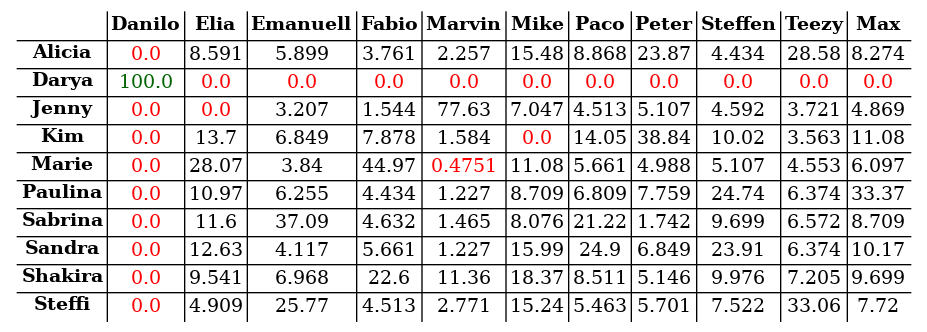
Above: s03r/s03r_tab.png in atticus-sullivan/sim-ayto (Graphviz), before the change. Its source is kept beside it as s03r/s03r_tab.dot.
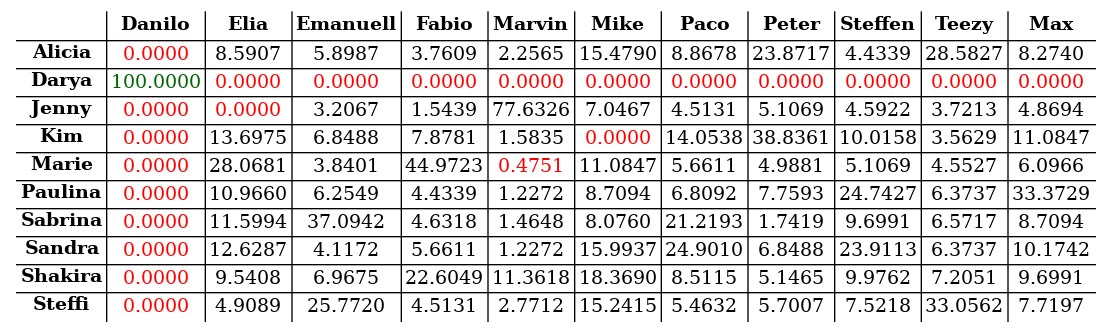
After the change.

Change to the diagram source:
```diff
@@ -14,135 +14,145 @@
 <td><B>Teezy</B></td>
 <td><B>Max</B></td>
 </tr>
-<tr><td><B>Alicia</B></td>
-<td><font color="red">0.0</font></td>
-<td><font color="black">8.591</font></td>
-<td><font color="black">5.899</font></td>
-<td><font color="black">3.761</font></td>
-<td><font color="black">2.257</font></td>
-<td><font color="black">15.48</font></td>
-<td><font color="black">8.868</font></td>
-<td><font color="black">23.87</font></td>
-<td><font color="black">4.434</font></td>
-<td><font color="black">28.58</font></td>
-<td><font color="black">8.274</font></td>
+<tr>
+<td><B>Alicia</B></td>
+<td><font color="red">0.0000</font></td>
+<td><font color="black">8.5907</font></td>
+<td><font color="black">5.8987</font></td>
+<td><font color="black">3.7609</font></td>
+<td><font color="black">2.2565</font></td>
+<td><font color="black">15.4790</font></td>
+<td><font color="black">8.8678</font></td>
+<td><font color="black">23.8717</font></td>
+<td><font color="black">4.4339</font></td>
+<td><font color="black">28.5827</font></td>
+<td><font color="black">8.2740</font></td>
 </tr>
-<tr><td><B>Darya</B></td>
-<td><font color="darkgreen">100.0</font></td>
-<td><font color="red">0.0</font></td>
-<td><font color="red">0.0</font></td>
-<td><font color="red">0.0</font></td>
-<td><font color="red">0.0</font></td>
-<td><font color="red">0.0</font></td>
-<td><font color="red">0.0</font></td>
-<td><font color="red">0.0</font></td>
-<td><font color="red">0.0</font></td>
-<td><font color="red">0.0</font></td>
-<td><font color="red">0.0</font></td>
+<tr>
+<td><B>Darya</B></td>
+<td><font color="darkgreen">100.0000</font></td>
+<td><font color="red">0.0000</font></td>
+<td><font color="red">0.0000</font></td>
+<td><font color="red">0.0000</font></td>
+<td><font color="red">0.0000</font></td>
+<td><font color="red">0.0000</font></td>
+<td><font color="red">0.0000</font></td>
+<td><font color="red">0.0000</font></td>
+<td><font color="red">0.0000</font></td>
+<td><font color="red">0.0000</font></td>
+<td><font color="red">0.0000</font></td>
 </tr>
-<tr><td><B>Jenny</B></td>
-<td><font color="red">0.0</font></td>
-<td><font color="red">0.0</font></td>
-<td><font color="black">3.207</font></td>
-<td><font color="black">1.544</font></td>
-<td><font color="black">77.63</font></td>
-<td><font color="black">7.047</font></td>
-<td><font color="black">4.513</font></td>
-<td><font color="black">5.107</font></td>
-<td><font color="black">4.592</font></td>
-<td><font color="black">3.721</font></td>
-<td><font color="black">4.869</font></td>
+<tr>
+<td><B>Jenny</B></td>
+<td><font color="red">0.0000</font></td>
+<td><font color="red">0.0000</font></td>
+<td><font color="black">3.2067</font></td>
+<td><font color="black">1.5439</font></td>
+<td><font color="black">77.6326</font></td>
+<td><font color="black">7.0467</font></td>
+<td><font color="black">4.5131</font></td>
+<td><font color="black">5.1069</font></td>
+<td><font color="black">4.5922</font></td>
+<td><font color="black">3.7213</font></td>
+<td><font color="black">4.8694</font></td>
 </tr>
-<tr><td><B>Kim</B></td>
-<td><font color="red">0.0</font></td>
-<td><font color="black">13.7</font></td>
-<td><font color="black">6.849</font></td>
-<td><font color="black">7.878</font></td>
-<td><font color="black">1.584</font></td>
-<td><font color="red">0.0</font></td>
-<td><font color="black">14.05</font></td>
-<td><font color="black">38.84</font></td>
-<td><font color="black">10.02</font></td>
-<td><font color="black">3.563</font></td>
-<td><font color="black">11.08</font></td>
+<tr>
+<td><B>Kim</B></td>
+<td><font color="red">0.0000</font></td>
+<td><font color="black">13.6975</font></td>
+<td><font color="black">6.8488</font></td>
+<td><font color="black">7.8781</font></td>
+<td><font color="black">1.5835</font></td>
+<td><font color="red">0.0000</font></td>
+<td><font color="black">14.0538</font></td>
+<td><font color="black">38.8361</font></td>
+<td><font color="black">10.0158</font></td>
+<td><font color="black">3.5629</font></td>
+<td><font color="black">11.0847</font></td>
 </tr>
-<tr><td><B>Marie</B></td>
-<td><font color="red">0.0</font></td>
-<td><font color="black">28.07</font></td>
-<td><font color="black">3.84</font></td>
-<td><font color="black">44.97</font></td>
+<tr>
+<td><B>Marie</B></td>
+<td><font color="red">0.0000</font></td>
+<td><font color="black">28.0681</font></td>
+<td><font color="black">3.8401</font></td>
+<td><font color="black">44.9723</font></td>
 <td><font color="red">0.4751</font></td>
-<td><font color="black">11.08</font></td>
-<td><font color="black">5.661</font></td>
-<td><font color="black">4.988</font></td>
-<td><font color="black">5.107</font></td>
-<td><font color="black">4.553</font></td>
-<td><font color="black">6.097</font></td>
+<td><font color="black">11.0847</font></td>
+<td><font color="black">5.6611</font></td>
+<td><font color="black">4.9881</font></td>
+<td><font color="black">5.1069</font></td>
+<td><font color="black">4.5527</font></td>
+<td><font color="black">6.0966</font></td>
 </tr>
-<tr><td><B>Paulina</B></td>
-<td><font color="red">0.0</font></td>
-<td><font color="black">10.97</font></td>
-<td><font color="black">6.255</font></td>
-<td><font color="black">4.434</font></td>
-<td><font color="black">1.227</font></td>
-<td><font color="black">8.709</font></td>
-<td><font color="black">6.809</font></td>
-<td><font color="black">7.759</font></td>
-<td><font color="black">24.74</font></td>
-<td><font color="black">6.374</font></td>
-<td><font color="black">33.37</font></td>
+<tr>
+<td><B>Paulina</B></td>
+<td><font color="red">0.0000</font></td>
+<td><font color="black">10.9660</font></td>
+<td><font color="black">6.2549</font></td>
+<td><font color="black">4.4339</font></td>
+<td><font color="black">1.2272</font></td>
+<td><font color="black">8.7094</font></td>
+<td><font color="black">6.8092</font></td>
+<td><font color="black">7.7593</font></td>
+<td><font color="black">24.7427</font></td>
+<td><font color="black">6.3737</font></td>
+<td><font color="black">33.3729</font></td>
 </tr>
-<tr><td><B>Sabrina</B></td>
-<td><font color="red">0.0</font></td>
-<td><font color="black">11.6</font></td>
-<td><font color="black">37.09</font></td>
-<td><font color="black">4.632</font></td>
-<td><font color="black">1.465</font></td>
-<td><font color="black">8.076</font></td>
-<td><font color="black">21.22</font></td>
-<td><font color="black">1.742</font></td>
-<td><font color="black">9.699</font></td>
-<td><font color="black">6.572</font></td>
-<td><font color="black">8.709</font></td>
+<tr>
+<td><B>Sabrina</B></td>
+<td><font color="red">0.0000</font></td>
+<td><font color="black">11.5994</font></td>
+<td><font color="black">37.0942</font></td>
+<td><font color="black">4.6318</font></td>
+<td><font color="black">1.4648</font></td>
+<td><font color="black">8.0760</font></td>
+<td><font color="black">21.2193</font></td>
+<td><font color="black">1.7419</font></td>
+<td><font color="black">9.6991</font></td>
+<td><font color="black">6.5717</font></td>
+<td><font color="black">8.7094</font></td>
 </tr>
-<tr><td><B>Sandra</B></td>
-<td><font color="red">0.0</font></td>
-<td><font color="black">12.63</font></td>
-<td><font color="black">4.117</font></td>
-<td><font color="black">5.661</font></td>
-<td><font color="black">1.227</font></td>
-<td><font color="black">15.99</font></td>
-<td><font color="black">24.9</font></td>
-<td><font color="black">6.849</font></td>
-<td><font color="black">23.91</font></td>
-<td><font color="black">6.374</font></td>
-<td><font color="black">10.17</font></td>
+<tr>
+<td><B>Sandra</B></td>
+<td><font color="red">0.0000</font></td>
+<td><font color="black">12.6287</font></td>
+<td><font color="black">4.1172</font></td>
+<td><font color="black">5.6611</font></td>
+<td><font color="black">1.2272</font></td>
+<td><font color="black">15.9937</font></td>
+<td><font color="black">24.9010</font></td>
+<td><font color="black">6.8488</font></td>
+<td><font color="black">23.9113</font></td>
+<td><font color="black">6.3737</font></td>
+<td><font color="black">10.1742</font></td>
 </tr>
-<tr><td><B>Shakira</B></td>
-<td><font color="red">0.0</font></td>
-<td><font color="black">9.541</font></td>
-<td><font color="black">6.968</font></td>
-<td><font color="black">22.6</font></td>
-<td><font color="black">11.36</font></td>
-<td><font color="black">18.37</font></td>
-<td><font color="black">8.511</font></td>
-<td><font color="black">5.146</font></td>
-<td><font color="black">9.976</font></td>
-<td><font color="black">7.205</font></td>
-<td><font color="black">9.699</font></td>
+<tr>
+<td><B>Shakira</B></td>
+<td><font color="red">0.0000</font></td>
+<td><font color="black">9.5408</font></td>
+<td><font color="black">6.9675</font></td>
+<td><font color="black">22.6049</font></td>
+<td><font color="black">11.3618</font></td>
+<td><font color="black">18.3690</font></td>
+<td><font color="black">8.5115</font></td>
+<td><font color="black">5.1465</font></td>
+<td><font color="black">9.9762</font></td>
+<td><font color="black">7.2051</font></td>
+<td><font color="black">9.6991</font></td>
 </tr>
-<tr><td><B>Steffi</B></td>
-<td><font color="red">0.0</font></td>
-<td><font color="black">4.909</font></td>
-<td><font color="black">25.77</font></td>
-<td><font color="black">4.513</font></td>
-<td><font color="black">2.771</font></td>
-<td><font color="black">15.24</font></td>
-<td><font color="black">5.463</font></td>
-<td><font color="black">5.701</font></td>
-<td><font color="black">7.522</font></td>
-<td><font color="black">33.06</font></td>
-<td><font color="black">7.72</font></td>
+<tr>
+<td><B>Steffi</B></td>
+<td><font color="red">0.0000</font></td>
+<td><font color="black">4.9089</font></td>
+<td><font color="black">25.7720</font></td>
+<td><font color="black">4.5131</font></td>
+<td><font color="black">2.7712</font></td>
+<td><font color="black">15.2415</font></td>
+<td><font color="black">5.4632</font></td>
+<td><font color="black">5.7007</font></td>
+<td><font color="black">7.5218</font></td>
+<td><font color="black">33.0562</font></td>
+<td><font color="black">7.7197</font></td>
 </tr>
 </table>
 >];}
```
